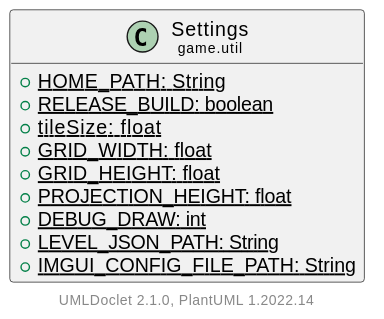
This is doc/javadoc/game/util/Settings.svg from Hirschiii/JavaGameEngine, a PlantUML export, as it was before one commit. Its diagram source:
```plantuml
@startuml
    set namespaceSeparator none
    hide empty fields
    hide empty methods

    class "<size:14>Settings\n<size:10>game.util" as game.util.Settings [[Settings.html]] {
        {static} +HOME_PATH: String
        {static} +RELEASE_BUILD: boolean
        {static} +tileSize: float
        {static} +GRID_WIDTH: float
        {static} +GRID_HEIGHT: float
        {static} +PROJECTION_HEIGHT: float
        {static} +DEBUG_DRAW: int
        {static} +LEVEL_JSON_PATH: String
        {static} +IMGUI_CONFIG_FILE_PATH: String
    }

    center footer UMLDoclet 2.1.0, PlantUML %version()
@enduml
```
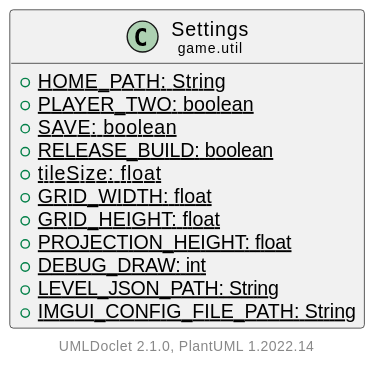
After the change.

Change to the diagram source:
```diff
@@ -5,6 +5,8 @@
 
     class "<size:14>Settings\n<size:10>game.util" as game.util.Settings [[Settings.html]] {
         {static} +HOME_PATH: String
+        {static} +PLAYER_TWO: boolean
+        {static} +SAVE: boolean
         {static} +RELEASE_BUILD: boolean
         {static} +tileSize: float
         {static} +GRID_WIDTH: float
```
